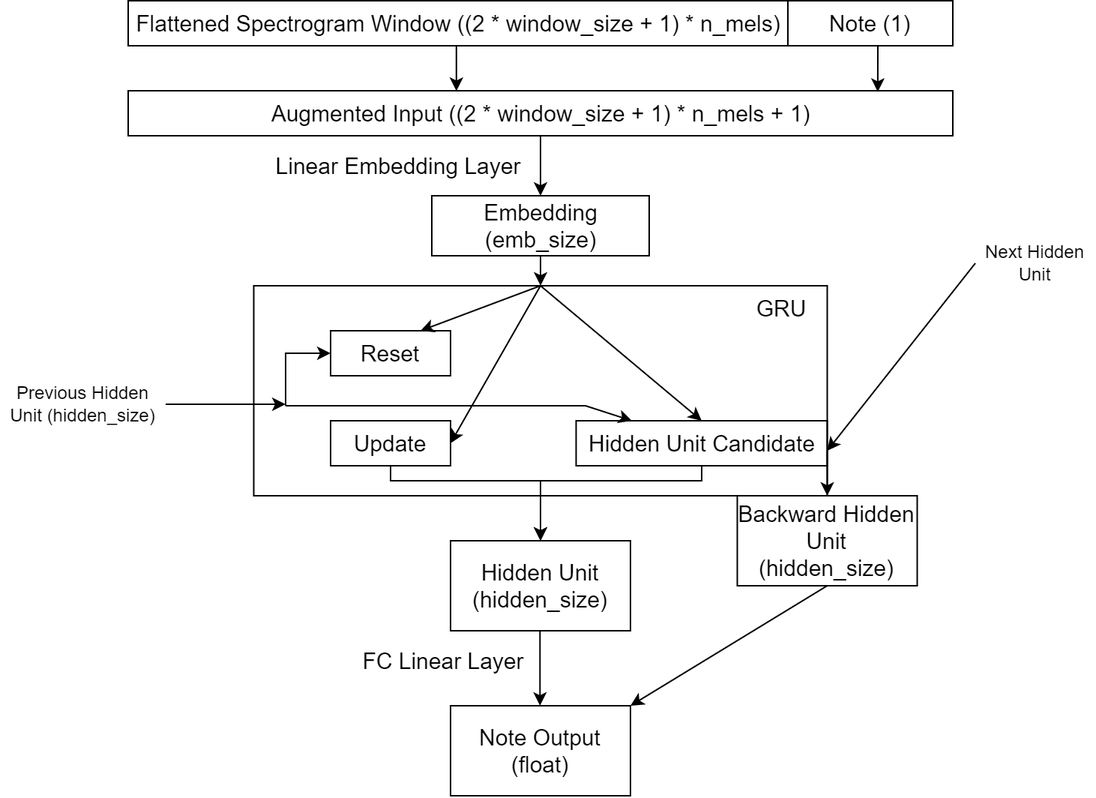
Above: images/noteColourRNN.png in Hazelstorm/413w22-taikomapper (draw.io), before the change. Source tidied: cells renumbered, new cells last; positions are measured from the earlier drawing's top-left corner, leaving out a move shared by most shapes.
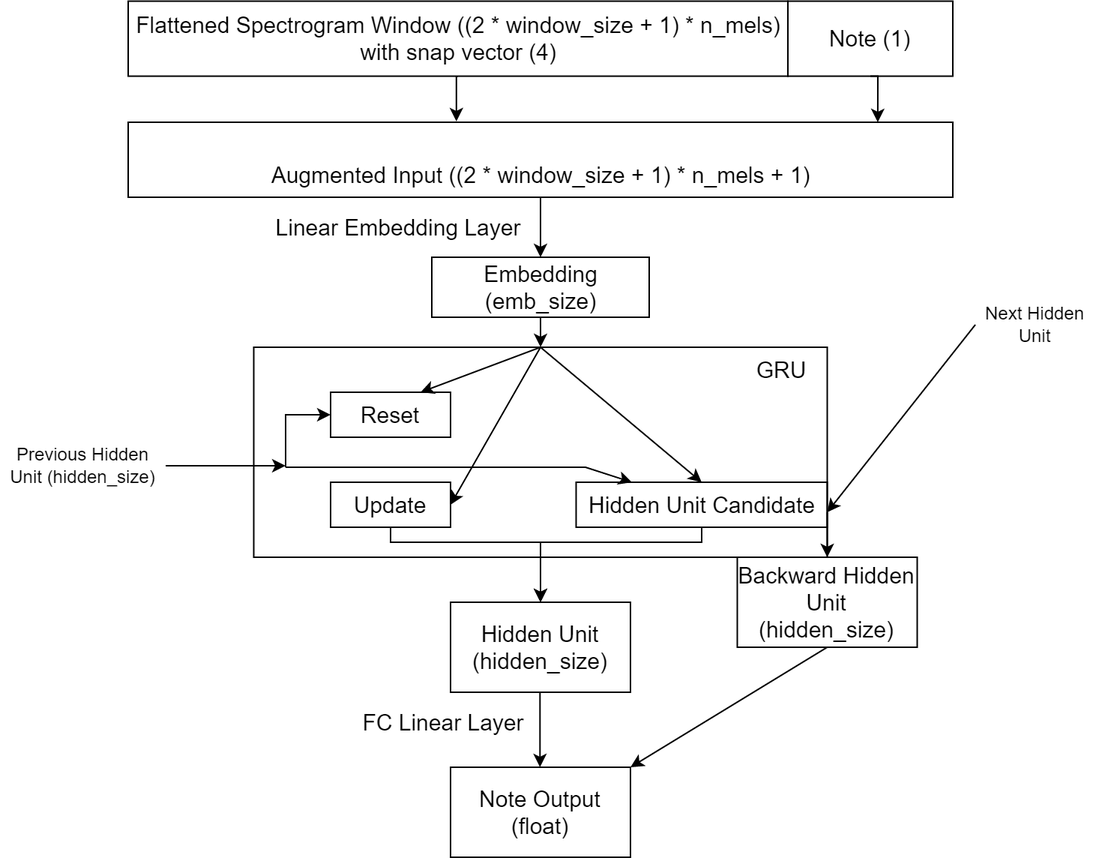
Later version of the same file.

What changed in the source:
```diff
@@ -5,14 +5,16 @@
     <mxCell id="2" style="rounded=0;whiteSpace=wrap;html=1;labelBackgroundColor=none;fontSize=15;strokeColor=default;fillColor=none;" parent="1" vertex="1">
       <mxGeometry x="168.8" y="190" width="382.5" height="140" as="geometry" />
     </mxCell>
-    <mxCell id="3" style="edgeStyle=orthogonalEdgeStyle;rounded=0;jettySize=auto;html=1;exitX=0.5;exitY=1;exitDx=0;exitDy=0;entryX=0.398;entryY=0.005;entryDx=0;entryDy=0;entryPerimeter=0;fontSize=15;" parent="1" edge="1" source="4" target="25">
-      <mxGeometry relative="1" as="geometry" />
+    <mxCell id="3" style="edgeStyle=orthogonalEdgeStyle;rounded=0;jettySize=auto;html=1;exitX=0.5;exitY=1;exitDx=0;exitDy=0;entryX=0.398;entryY=0.005;entryDx=0;entryDy=0;entryPerimeter=0;fontSize=15;" parent="1" edge="1" source="4">
+      <mxGeometry relative="1" as="geometry">
+        <mxPoint x="303.9" y="39.4" as="targetPoint" />
+      </mxGeometry>
     </mxCell>
     <mxCell id="4" style="rounded=0;whiteSpace=wrap;html=1;labelBackgroundColor=none;fontSize=15;fillColor=default;strokeColor=default;" parent="1" vertex="1">
-      <mxGeometry x="85" width="440" height="30" as="geometry" />
+      <mxGeometry x="85" y="-40.7" width="440" height="50" as="geometry" />
     </mxCell>
-    <mxCell id="5" value="Flattened Spectrogram Window ((2 * window_size + 1) * n_mels)" style="text;html=1;align=center;verticalAlign=middle;strokeColor=none;fillColor=none;fontSize=15;" parent="1" vertex="1">
-      <mxGeometry x="80" y="5" width="450" height="20" as="geometry" />
+    <mxCell id="5" value="Flattened Spectrogram Window ((2 * window_size + 1) * n_mels)&lt;br&gt;with snap vector (4)" style="text;html=1;align=center;verticalAlign=middle;strokeColor=none;fillColor=none;fontSize=15;" parent="1" vertex="1">
+      <mxGeometry x="80" y="-35.7" width="450" height="40" as="geometry" />
     </mxCell>
     <mxCell id="6" value="Linear Embedding Layer" style="text;html=1;align=center;verticalAlign=middle;strokeColor=none;fillColor=none;fontSize=15;" parent="1" vertex="1">
       <mxGeometry x="175" y="100" width="180" height="20" as="geometry" />
@@ -97,16 +99,18 @@
       <mxGeometry relative="1" as="geometry" />
     </mxCell>
     <mxCell id="25" style="rounded=0;whiteSpace=wrap;html=1;labelBackgroundColor=none;fontSize=15;fillColor=default;strokeColor=default;" parent="1" vertex="1">
-      <mxGeometry x="85" y="60" width="550" height="30" as="geometry" />
+      <mxGeometry x="85" y="40" width="550" height="50" as="geometry" />
     </mxCell>
     <mxCell id="26" value="Augmented Input ((2 * window_size + 1) * n_mels + 1)" style="text;html=1;align=center;verticalAlign=middle;strokeColor=none;fillColor=none;fontSize=15;" parent="1" vertex="1">
       <mxGeometry x="175" y="65" width="370" height="20" as="geometry" />
     </mxCell>
-    <mxCell id="27" style="edgeStyle=orthogonalEdgeStyle;rounded=0;jettySize=auto;html=1;exitX=0.5;exitY=1;exitDx=0;exitDy=0;entryX=0.909;entryY=0.024;entryDx=0;entryDy=0;entryPerimeter=0;fontSize=15;" parent="1" edge="1" source="28" target="25">
-      <mxGeometry relative="1" as="geometry" />
+    <mxCell id="27" style="edgeStyle=orthogonalEdgeStyle;rounded=0;jettySize=auto;html=1;exitX=0.5;exitY=1;exitDx=0;exitDy=0;entryX=0.909;entryY=0.024;entryDx=0;entryDy=0;entryPerimeter=0;fontSize=15;" parent="1" edge="1" source="28">
+      <mxGeometry relative="1" as="geometry">
+        <mxPoint x="585" y="40" as="targetPoint" />
+      </mxGeometry>
     </mxCell>
     <mxCell id="28" value="Note (1)" style="rounded=0;whiteSpace=wrap;html=1;labelBackgroundColor=none;fontSize=15;strokeColor=default;fillColor=none;" parent="1" vertex="1">
-      <mxGeometry x="525" width="110" height="30" as="geometry" />
+      <mxGeometry x="525" y="-40.7" width="110" height="50" as="geometry" />
     </mxCell>
     <mxCell id="29" style="endArrow=classic;html=1;rounded=0;exitX=1;exitY=0.5;exitDx=0;exitDy=0;" parent="1" edge="1" source="30">
       <mxGeometry relative="1" as="geometry">
```
